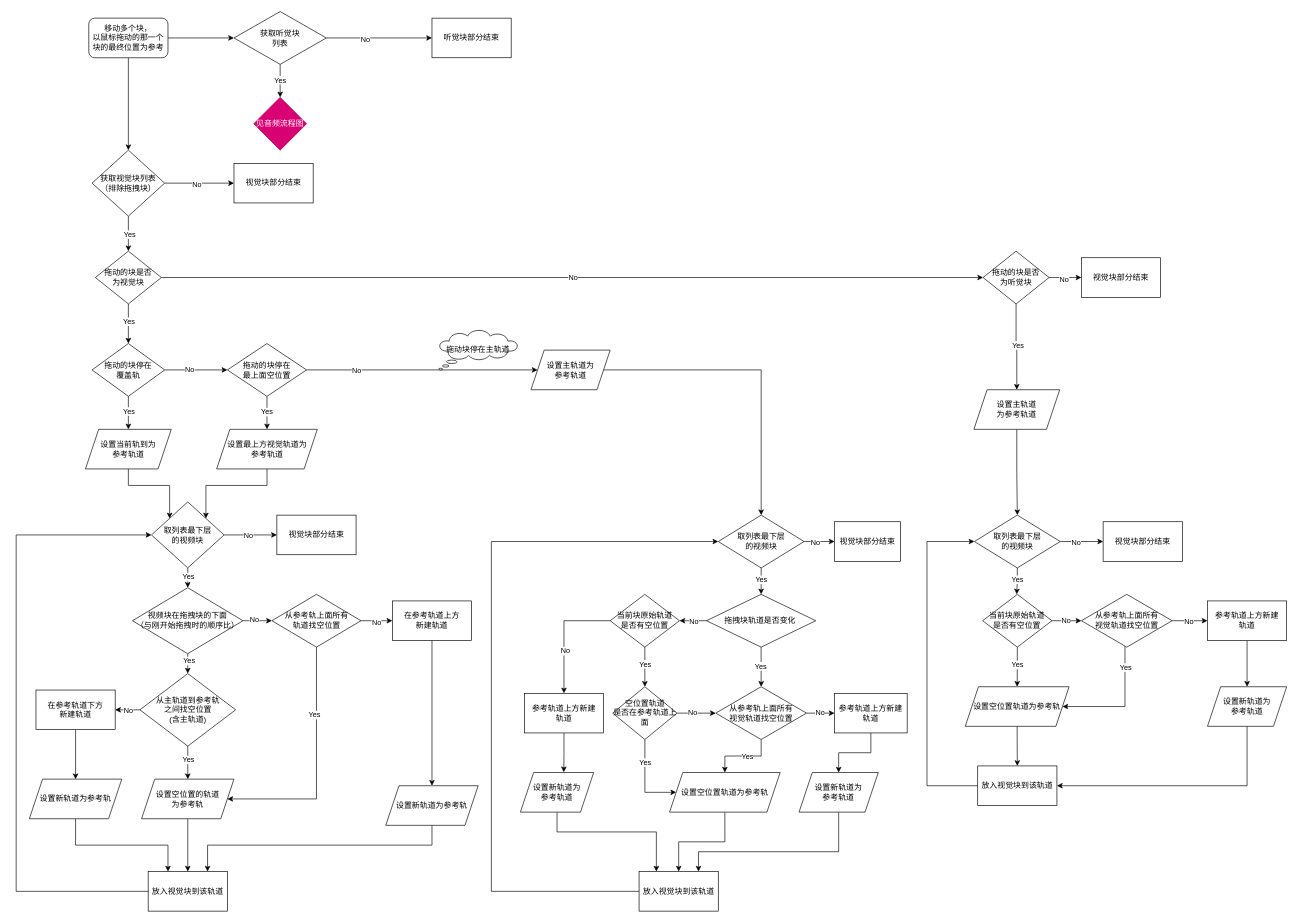
This is page "多块移动-视觉块" (4 of 5) of drag flow.drawio from macfanr/drawio, a draw.io file, before an edit. Source tidied: cells renumbered, new cells numbered last; positions are measured from the earlier drawing's top-left corner, leaving out a move shared by most shapes. Both pictures are drawn from the tidied source at 66%, with x=0, y=0 at pixel (16, 11).
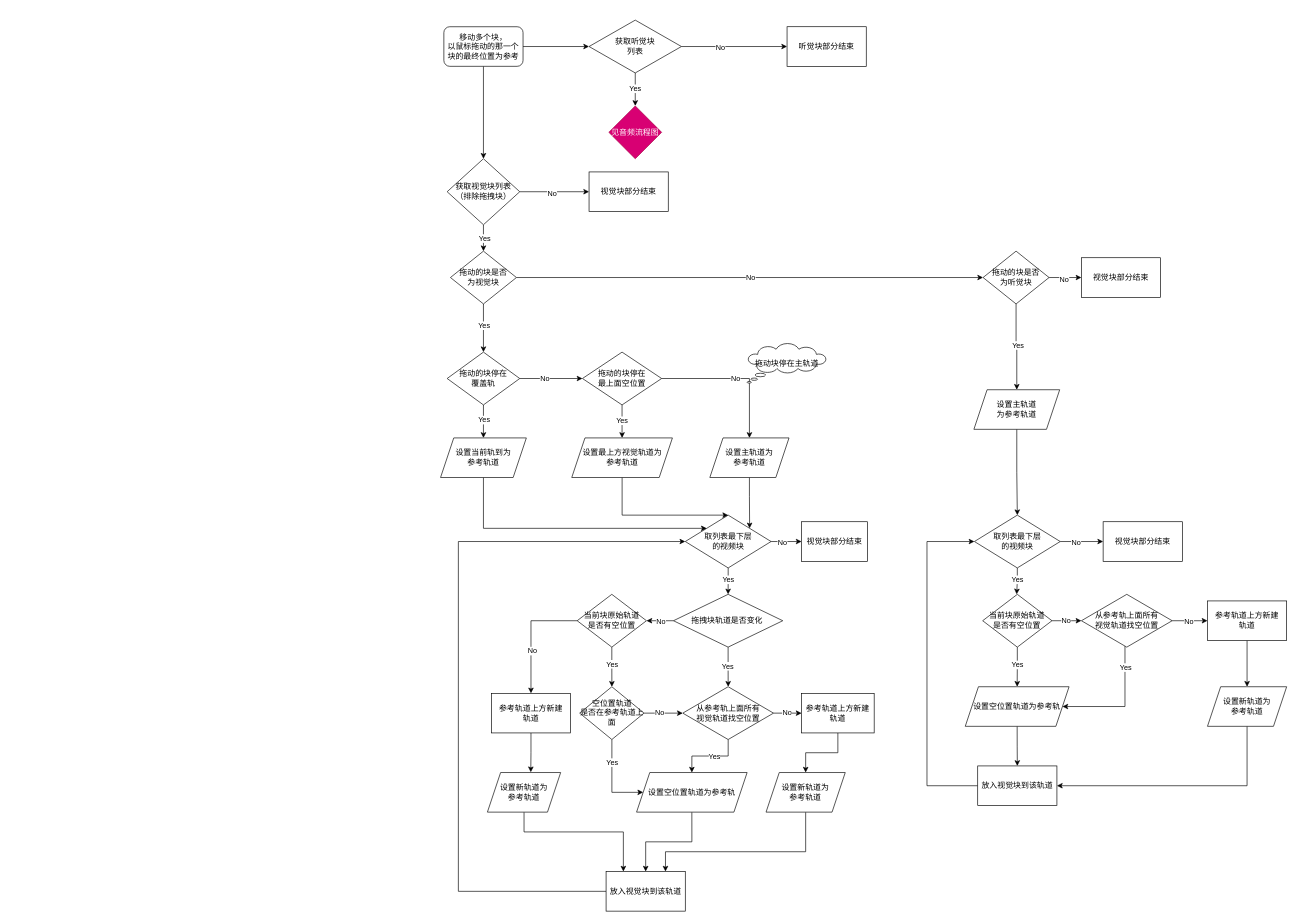
Above is the later version.

Change to the diagram source:
```diff
@@
     <mxCell id="4" value="移动多个块，&lt;br&gt;以鼠标拖动的那一个块的最终位置为参考" style="rounded=1;whiteSpace=wrap;html=1;" parent="1" vertex="1">
-      <mxGeometry x="110" y="10" width="120" height="60" as="geometry" />
+      <mxGeometry x="648" y="23" width="120" height="60" as="geometry" />
     </mxCell>
@@
     <mxCell id="9" value="获取视觉块列表&lt;br&gt;（排除拖拽块）" style="rhombus;whiteSpace=wrap;html=1;rounded=0;" parent="1" vertex="1">
-      <mxGeometry x="115" y="210" width="110" height="100" as="geometry" />
+      <mxGeometry x="653" y="223" width="110" height="100" as="geometry" />
     </mxCell>
@@
     <mxCell id="14" value="拖动的块停在&lt;br&gt;覆盖轨" style="rhombus;whiteSpace=wrap;html=1;rounded=0;" parent="1" vertex="1">
-      <mxGeometry x="115" y="503" width="110" height="80" as="geometry" />
+      <mxGeometry x="653" y="516" width="110" height="80" as="geometry" />
     </mxCell>
     <mxCell id="15" style="endArrow=classic;html=1;rounded=0;entryX=0;entryY=0.5;entryDx=0;entryDy=0;exitX=0;exitY=0.5;exitDx=0;exitDy=0;" parent="1" edge="1" source="38" target="31">
       <mxGeometry relative="1" as="geometry">
         <Array as="points">
-          <mxPoint x="720" y="1333" />
-          <mxPoint x="720" y="803" />
+          <mxPoint x="670" y="1333" />
+          <mxPoint x="670" y="803" />
         </Array>
       </mxGeometry>
     </mxCell>
@@
     <mxCell id="20" value="拖动的块是否&lt;br&gt;为视觉块" style="rhombus;whiteSpace=wrap;html=1;rounded=0;" parent="1" vertex="1">
-      <mxGeometry x="120" y="363" width="100" height="80" as="geometry" />
+      <mxGeometry x="658" y="363" width="100" height="80" as="geometry" />
     </mxCell>
     <mxCell id="21" value="视觉块部分结束" style="whiteSpace=wrap;html=1;rounded=0;" parent="1" vertex="1">
-      <mxGeometry x="330" y="230" width="120" height="60" as="geometry" />
+      <mxGeometry x="868" y="243" width="120" height="60" as="geometry" />
     </mxCell>
@@
     <mxCell id="31" value="取列表最下层&lt;br&gt;的视频块" style="rhombus;whiteSpace=wrap;html=1;rounded=0;" parent="1" vertex="1">
-      <mxGeometry x="1063.8" y="763" width="130" height="80" as="geometry" />
+      <mxGeometry x="1013.8" y="763" width="130" height="80" as="geometry" />
     </mxCell>
     <mxCell id="32" value="视觉块部分结束" style="whiteSpace=wrap;html=1;rounded=0;" parent="1" vertex="1">
-      <mxGeometry x="1240" y="773" width="100" height="60" as="geometry" />
+      <mxGeometry x="1190" y="773" width="100" height="60" as="geometry" />
     </mxCell>
@@
     <mxCell id="37" value="从参考轨上面所有&lt;br&gt;视觉轨道找空位置" style="rhombus;whiteSpace=wrap;html=1;rounded=0;" parent="1" vertex="1">
-      <mxGeometry x="1060" y="1023" width="137.5" height="80" as="geometry" />
+      <mxGeometry x="1010" y="1023" width="137.5" height="80" as="geometry" />
     </mxCell>
     <mxCell id="38" value="放入视觉块到该轨道" style="whiteSpace=wrap;html=1;rounded=0;" parent="1" vertex="1">
-      <mxGeometry x="943.8" y="1303" width="120" height="60" as="geometry" />
+      <mxGeometry x="893.8" y="1303" width="120" height="60" as="geometry" />
     </mxCell>
@@
     <mxCell id="42" value="设置空位置轨道为参考轨" style="shape=parallelogram;perimeter=parallelogramPerimeter;whiteSpace=wrap;html=1;fixedSize=1;rounded=0;" parent="1" vertex="1">
-      <mxGeometry x="990" y="1153" width="167.5" height="60" as="geometry" />
+      <mxGeometry x="940" y="1153" width="167.5" height="60" as="geometry" />
     </mxCell>
@@
     <mxCell id="44" value="&lt;span&gt;参考轨道上方新建&lt;br&gt;轨道&lt;br&gt;&lt;/span&gt;" style="whiteSpace=wrap;html=1;rounded=0;" parent="1" vertex="1">
-      <mxGeometry x="1240" y="1033" width="110" height="60" as="geometry" />
+      <mxGeometry x="1190" y="1033" width="110" height="60" as="geometry" />
     </mxCell>
@@
-    <mxCell id="46" style="edgeStyle=orthogonalEdgeStyle;rounded=0;jettySize=auto;html=1;endArrow=classic;endFill=1;entryX=0;entryY=0;entryDx=0;entryDy=0;" parent="1" edge="1" source="47" target="52">
-      <mxGeometry relative="1" as="geometry" />
-    </mxCell>
+    <mxCell id="142" style="edgeStyle=orthogonalEdgeStyle;rounded=0;jettySize=auto;html=1;" parent="1" edge="1" source="47" target="31">
+      <mxGeometry relative="1" as="geometry">
+        <Array as="points">
+          <mxPoint x="708" y="783" />
+        </Array>
+      </mxGeometry>
+    </mxCell>
     <mxCell id="47" value="设置当前轨到为&lt;br&gt;参考轨道" style="shape=parallelogram;perimeter=parallelogramPerimeter;whiteSpace=wrap;html=1;fixedSize=1;rounded=0;" parent="1" vertex="1">
-      <mxGeometry x="105" y="633" width="130" height="60" as="geometry" />
+      <mxGeometry x="643" y="646" width="130" height="60" as="geometry" />
     </mxCell>
-    <mxCell id="48" style="edgeStyle=orthogonalEdgeStyle;rounded=0;jettySize=auto;html=1;endArrow=classic;endFill=1;entryX=0;entryY=0.5;entryDx=0;entryDy=0;" parent="1" edge="1" source="52" target="62">
-      <mxGeometry relative="1" as="geometry" />
-    </mxCell>
-    <mxCell id="49" value="No" style="edgeLabel;html=1;align=center;verticalAlign=middle;" parent="48" vertex="1">
-      <mxGeometry x="-0.11" relative="1" as="geometry" />
-    </mxCell>
-    <mxCell id="50" style="edgeStyle=orthogonalEdgeStyle;rounded=0;jettySize=auto;html=1;endArrow=classic;endFill=1;" parent="1" edge="1" source="52" target="67">
-      <mxGeometry relative="1" as="geometry" />
-    </mxCell>
-    <mxCell id="51" value="Yes" style="edgeLabel;html=1;align=center;verticalAlign=middle;" parent="50" vertex="1">
-      <mxGeometry x="-0.13" relative="1" as="geometry" />
-    </mxCell>
-    <mxCell id="52" value="取列表最下层&lt;br&gt;的视频块" style="rhombus;whiteSpace=wrap;html=1;rounded=0;" parent="1" vertex="1">
-      <mxGeometry x="205" y="743" width="110" height="100" as="geometry" />
-    </mxCell>
-    <mxCell id="53" style="edgeStyle=orthogonalEdgeStyle;rounded=0;jettySize=auto;html=1;endArrow=classic;endFill=1;" parent="1" edge="1" source="57" target="59">
-      <mxGeometry relative="1" as="geometry" />
-    </mxCell>
-    <mxCell id="54" value="Yes" style="edgeLabel;html=1;align=center;verticalAlign=middle;" parent="53" vertex="1">
-      <mxGeometry x="-0.13" relative="1" as="geometry">
-        <mxPoint y="-2" as="offset" />
-      </mxGeometry>
-    </mxCell>
-    <mxCell id="55" style="edgeStyle=orthogonalEdgeStyle;rounded=0;jettySize=auto;html=1;" parent="1" edge="1" source="57" target="92">
-      <mxGeometry relative="1" as="geometry" />
-    </mxCell>
-    <mxCell id="56" value="No" style="edgeLabel;html=1;align=center;verticalAlign=middle;" parent="55" vertex="1">
-      <mxGeometry x="-0.16" relative="1" as="geometry" />
-    </mxCell>
-    <mxCell id="57" value="从主轨道到参考轨&lt;br&gt;之间找空位置&lt;br&gt;(含主轨道)" style="rhombus;whiteSpace=wrap;html=1;rounded=0;" parent="1" vertex="1">
-      <mxGeometry x="187.5" y="1003" width="145" height="110" as="geometry" />
-    </mxCell>
-    <mxCell id="58" style="edgeStyle=orthogonalEdgeStyle;rounded=0;jettySize=auto;html=1;" parent="1" edge="1" source="59" target="60">
-      <mxGeometry relative="1" as="geometry" />
-    </mxCell>
-    <mxCell id="59" value="设置空位置的轨道&lt;br&gt;为参考轨" style="shape=parallelogram;perimeter=parallelogramPerimeter;whiteSpace=wrap;html=1;fixedSize=1;rounded=0;" parent="1" vertex="1">
-      <mxGeometry x="190" y="1163" width="140" height="60" as="geometry" />
-    </mxCell>
-    <mxCell id="60" value="&lt;span&gt;放入视觉块到该轨道&lt;/span&gt;" style="whiteSpace=wrap;html=1;rounded=0;" parent="1" vertex="1">
-      <mxGeometry x="200" y="1303" width="120" height="60" as="geometry" />
-    </mxCell>
-    <mxCell id="61" style="endArrow=classic;html=1;rounded=0;exitX=0;exitY=0.5;exitDx=0;exitDy=0;entryX=0;entryY=0.5;entryDx=0;entryDy=0;" parent="1" edge="1" source="60" target="52">
-      <mxGeometry relative="1" as="geometry">
-        <Array as="points">
-          <mxPoint y="1333" />
-          <mxPoint y="793" />
-        </Array>
-      </mxGeometry>
-    </mxCell>
-    <mxCell id="62" value="视觉块部分结束" style="whiteSpace=wrap;html=1;rounded=0;" parent="1" vertex="1">
-      <mxGeometry x="395" y="763" width="120" height="60" as="geometry" />
-    </mxCell>
-    <mxCell id="63" style="edgeStyle=orthogonalEdgeStyle;rounded=0;jettySize=auto;html=1;endArrow=classic;endFill=1;" parent="1" edge="1" source="67" target="57">
-      <mxGeometry relative="1" as="geometry" />
-    </mxCell>
-    <mxCell id="64" value="Yes" style="edgeLabel;html=1;align=center;verticalAlign=middle;" parent="63" vertex="1">
-      <mxGeometry x="-0.24" y="1" relative="1" as="geometry" />
-    </mxCell>
-    <mxCell id="65" style="edgeStyle=orthogonalEdgeStyle;rounded=0;jettySize=auto;html=1;endArrow=classic;endFill=1;" parent="1" edge="1" source="67" target="72">
-      <mxGeometry relative="1" as="geometry" />
-    </mxCell>
-    <mxCell id="66" value="No" style="edgeLabel;html=1;align=center;verticalAlign=middle;" parent="65" vertex="1">
-      <mxGeometry x="-0.23" y="2" relative="1" as="geometry" />
-    </mxCell>
-    <mxCell id="67" value="视频块在拖拽块的下面&lt;br&gt;（与刚开始拖拽时的顺序比）" style="rhombus;whiteSpace=wrap;html=1;rounded=0;" parent="1" vertex="1">
-      <mxGeometry x="176.2" y="873" width="167.5" height="100" as="geometry" />
-    </mxCell>
-    <mxCell id="68" style="edgeStyle=orthogonalEdgeStyle;rounded=0;jettySize=auto;html=1;endArrow=classic;endFill=1;" parent="1" edge="1" source="72" target="73">
-      <mxGeometry relative="1" as="geometry" />
-    </mxCell>
-    <mxCell id="69" value="No" style="edgeLabel;html=1;align=center;verticalAlign=middle;" parent="68" vertex="1">
-      <mxGeometry x="-0.03" y="-2" relative="1" as="geometry" />
-    </mxCell>
-    <mxCell id="70" style="edgeStyle=orthogonalEdgeStyle;rounded=0;jettySize=auto;html=1;endArrow=classic;endFill=1;entryX=1;entryY=0.5;entryDx=0;entryDy=0;" parent="1" edge="1" source="72" target="59">
-      <mxGeometry relative="1" as="geometry">
-        <Array as="points">
-          <mxPoint x="455" y="1193" />
-        </Array>
-      </mxGeometry>
-    </mxCell>
-    <mxCell id="71" value="Yes" style="edgeLabel;html=1;align=center;verticalAlign=middle;" parent="70" vertex="1">
-      <mxGeometry x="-0.44" y="-4" relative="1" as="geometry" />
-    </mxCell>
-    <mxCell id="72" value="从参考轨上面所有&lt;br&gt;轨道找空位置" style="rhombus;whiteSpace=wrap;html=1;rounded=0;" parent="1" vertex="1">
-      <mxGeometry x="387.5" y="883" width="135" height="80" as="geometry" />
-    </mxCell>
-    <mxCell id="73" value="在参考轨道上方&lt;br&gt;新建轨道" style="whiteSpace=wrap;html=1;rounded=0;" parent="1" vertex="1">
-      <mxGeometry x="570" y="893" width="120" height="60" as="geometry" />
-    </mxCell>
-    <mxCell id="74" style="edgeStyle=orthogonalEdgeStyle;rounded=0;jettySize=auto;html=1;entryX=0.75;entryY=0;entryDx=0;entryDy=0;" parent="1" edge="1" source="75" target="60">
-      <mxGeometry relative="1" as="geometry">
-        <Array as="points">
-          <mxPoint x="630" y="1263" />
-          <mxPoint x="290" y="1263" />
-        </Array>
-      </mxGeometry>
-    </mxCell>
-    <mxCell id="75" value="设置新轨道为参考轨" style="shape=parallelogram;perimeter=parallelogramPerimeter;whiteSpace=wrap;html=1;fixedSize=1;rounded=0;" parent="1" vertex="1">
-      <mxGeometry x="560" y="1173" width="140" height="60" as="geometry" />
-    </mxCell>
-    <mxCell id="76" style="endArrow=classic;html=1;rounded=0;exitX=0.5;exitY=1;exitDx=0;exitDy=0;" parent="1" edge="1" source="73" target="75">
-      <mxGeometry relative="1" as="geometry" />
-    </mxCell>
@@
-    <mxCell id="79" style="edgeStyle=orthogonalEdgeStyle;rounded=0;jettySize=auto;html=1;entryX=0;entryY=0.5;entryDx=0;entryDy=0;" parent="1" edge="1" source="81" target="95">
+    <mxCell id="79" value="No" style="edgeStyle=orthogonalEdgeStyle;rounded=0;jettySize=auto;html=1;entryX=0.5;entryY=0;entryDx=0;entryDy=0;" parent="1" edge="1" source="81" target="95">
       <mxGeometry relative="1" as="geometry" />
     </mxCell>
-    <mxCell id="80" value="No" style="edgeLabel;html=1;align=center;verticalAlign=middle;" parent="79" vertex="1">
-      <mxGeometry x="-0.57" y="1" relative="1" as="geometry">
-        <mxPoint y="1" as="offset" />
-      </mxGeometry>
-    </mxCell>
     <mxCell id="81" value="&lt;span&gt;拖动的块停在&lt;/span&gt;&lt;br&gt;&lt;span&gt;最上面空位置&lt;/span&gt;" style="rhombus;whiteSpace=wrap;html=1;rounded=0;" parent="1" vertex="1">
-      <mxGeometry x="320" y="503" width="120" height="80" as="geometry" />
+      <mxGeometry x="858" y="516" width="120" height="80" as="geometry" />
     </mxCell>
@@
     <mxCell id="86" value="获取听觉块&lt;br&gt;列表" style="rhombus;whiteSpace=wrap;html=1;rounded=0;" parent="1" vertex="1">
-      <mxGeometry x="330" width="140" height="80" as="geometry" />
+      <mxGeometry x="868" y="13" width="140" height="80" as="geometry" />
     </mxCell>
     <mxCell id="87" value="听觉块部分结束" style="whiteSpace=wrap;html=1;rounded=0;" parent="1" vertex="1">
-      <mxGeometry x="630" y="10" width="120" height="60" as="geometry" />
+      <mxGeometry x="1168" y="23" width="120" height="60" as="geometry" />
     </mxCell>
     <mxCell id="88" value="见音频流程图" style="rhombus;whiteSpace=wrap;html=1;rounded=0;fillColor=#d80073;fontColor=#ffffff;strokeColor=#A50040;" parent="1" vertex="1">
-      <mxGeometry x="360" y="130" width="80" height="80" as="geometry" />
+      <mxGeometry x="898" y="143" width="80" height="80" as="geometry" />
     </mxCell>
+    <mxCell id="143" style="edgeStyle=orthogonalEdgeStyle;rounded=0;jettySize=auto;html=1;" parent="1" edge="1" source="89" target="31">
+      <mxGeometry relative="1" as="geometry">
+        <Array as="points">
+          <mxPoint x="918" y="763" />
+        </Array>
+      </mxGeometry>
+    </mxCell>
     <mxCell id="89" value="&lt;span&gt;设置最上方视觉轨道为&lt;br&gt;参考轨道&lt;/span&gt;" style="shape=parallelogram;perimeter=parallelogramPerimeter;whiteSpace=wrap;html=1;fixedSize=1;rounded=0;" parent="1" vertex="1">
-      <mxGeometry x="303.8" y="633" width="152.5" height="60" as="geometry" />
+      <mxGeometry x="841.8" y="646" width="152.5" height="60" as="geometry" />
     </mxCell>
-    <mxCell id="90" style="edgeStyle=orthogonalEdgeStyle;rounded=0;jettySize=auto;html=1;endArrow=classic;endFill=1;entryX=1;entryY=0;entryDx=0;entryDy=0;exitX=0.5;exitY=1;exitDx=0;exitDy=0;" parent="1" edge="1" source="89" target="52">
-      <mxGeometry relative="1" as="geometry" />
-    </mxCell>
-    <mxCell id="91" style="edgeStyle=orthogonalEdgeStyle;rounded=0;jettySize=auto;html=1;" parent="1" edge="1" source="92" target="99">
-      <mxGeometry relative="1" as="geometry" />
-    </mxCell>
-    <mxCell id="92" value="&lt;span&gt;在参考轨道下方&lt;/span&gt;&lt;br&gt;&lt;span&gt;新建轨道&lt;/span&gt;" style="whiteSpace=wrap;html=1;rounded=0;" parent="1" vertex="1">
-      <mxGeometry x="30" y="1028" width="120" height="60" as="geometry" />
-    </mxCell>
     <mxCell id="93" value="拖动块停在主轨道" style="whiteSpace=wrap;html=1;shape=mxgraph.basic.cloud_callout;rounded=0;" parent="1" vertex="1">
-      <mxGeometry x="640" y="483" width="120" height="60" as="geometry" />
+      <mxGeometry x="1107.5" y="503" width="120" height="60" as="geometry" />
     </mxCell>
-    <mxCell id="94" style="edgeStyle=orthogonalEdgeStyle;rounded=0;jettySize=auto;html=1;entryX=0.5;entryY=0;entryDx=0;entryDy=0;" parent="1" edge="1" source="95" target="31">
+    <mxCell id="94" style="edgeStyle=orthogonalEdgeStyle;rounded=0;jettySize=auto;html=1;entryX=1;entryY=0;entryDx=0;entryDy=0;" parent="1" edge="1" source="95" target="31">
       <mxGeometry relative="1" as="geometry" />
     </mxCell>
     <mxCell id="95" value="设置主轨道为&lt;br&gt;参考轨道" style="shape=parallelogram;perimeter=parallelogramPerimeter;whiteSpace=wrap;html=1;fixedSize=1;rounded=0;" parent="1" vertex="1">
-      <mxGeometry x="780" y="513" width="120" height="60" as="geometry" />
+      <mxGeometry x="1051" y="646" width="120" height="60" as="geometry" />
     </mxCell>
     <mxCell id="96" style="edgeStyle=orthogonalEdgeStyle;rounded=0;jettySize=auto;html=1;entryX=0.75;entryY=0;entryDx=0;entryDy=0;" parent="1" edge="1" source="97" target="38">
       <mxGeometry relative="1" as="geometry">
         <Array as="points">
-          <mxPoint x="1246" y="1273" />
-          <mxPoint x="1034" y="1273" />
+          <mxPoint x="1196" y="1273" />
+          <mxPoint x="984" y="1273" />
         </Array>
       </mxGeometry>
     </mxCell>
     <mxCell id="97" value="设置新轨道为&lt;br&gt;参考轨道" style="shape=parallelogram;perimeter=parallelogramPerimeter;whiteSpace=wrap;html=1;fixedSize=1;rounded=0;" parent="1" vertex="1">
-      <mxGeometry x="1186.2" y="1153" width="120" height="60" as="geometry" />
+      <mxGeometry x="1136.2" y="1153" width="120" height="60" as="geometry" />
     </mxCell>
-    <mxCell id="98" style="edgeStyle=orthogonalEdgeStyle;rounded=0;jettySize=auto;html=1;entryX=0.25;entryY=0;entryDx=0;entryDy=0;" parent="1" edge="1" source="99" target="60">
-      <mxGeometry relative="1" as="geometry">
-        <Array as="points">
-          <mxPoint x="90" y="1263" />
-          <mxPoint x="230" y="1263" />
-        </Array>
-      </mxGeometry>
-    </mxCell>
-    <mxCell id="99" value="设置新轨道为参考轨" style="shape=parallelogram;perimeter=parallelogramPerimeter;whiteSpace=wrap;html=1;fixedSize=1;rounded=0;" parent="1" vertex="1">
-      <mxGeometry x="20" y="1163" width="140" height="60" as="geometry" />
-    </mxCell>
@@
     <mxCell id="104" value="拖拽块轨道是否变化&amp;nbsp;" style="rhombus;whiteSpace=wrap;html=1;rounded=0;" parent="1" vertex="1">
-      <mxGeometry x="1045.9" y="883" width="165.6" height="80" as="geometry" />
+      <mxGeometry x="995.9" y="883" width="165.6" height="80" as="geometry" />
     </mxCell>
@@
     <mxCell id="109" value="当前块原始轨道&lt;br&gt;是否有空位置" style="rhombus;whiteSpace=wrap;html=1;rounded=0;" parent="1" vertex="1">
-      <mxGeometry x="900" y="883" width="105" height="80" as="geometry" />
+      <mxGeometry x="850" y="883" width="105" height="80" as="geometry" />
     </mxCell>
@@
     <mxCell id="134" value="&lt;span&gt;参考轨道上方新建&lt;br&gt;轨道&lt;br&gt;&lt;/span&gt;" style="whiteSpace=wrap;html=1;rounded=0;" parent="1" vertex="1">
-      <mxGeometry x="770" y="1033" width="120" height="60" as="geometry" />
+      <mxGeometry x="720" y="1033" width="120" height="60" as="geometry" />
     </mxCell>
     <mxCell id="135" style="edgeStyle=orthogonalEdgeStyle;rounded=0;jettySize=auto;html=1;" parent="1" edge="1" source="136" target="38">
       <mxGeometry relative="1" as="geometry">
         <Array as="points">
-          <mxPoint x="820" y="1243" />
-          <mxPoint x="970" y="1243" />
+          <mxPoint x="770" y="1243" />
+          <mxPoint x="920" y="1243" />
         </Array>
       </mxGeometry>
     </mxCell>
     <mxCell id="136" value="设置新轨道为&lt;br&gt;参考轨道" style="shape=parallelogram;perimeter=parallelogramPerimeter;whiteSpace=wrap;html=1;fixedSize=1;rounded=0;" parent="1" vertex="1">
-      <mxGeometry x="764" y="1153" width="111" height="60" as="geometry" />
+      <mxGeometry x="714" y="1153" width="111" height="60" as="geometry" />
     </mxCell>
@@
     <mxCell id="139" style="edgeStyle=orthogonalEdgeStyle;rounded=0;jettySize=auto;html=1;" parent="1" edge="1" source="141" target="42">
       <mxGeometry relative="1" as="geometry">
         <Array as="points">
-          <mxPoint x="953" y="1183" />
+          <mxPoint x="903" y="1183" />
         </Array>
       </mxGeometry>
     </mxCell>
@@
     <mxCell id="141" value="空位置轨道&lt;br&gt;是否在参考轨道上面" style="rhombus;whiteSpace=wrap;html=1;rounded=0;" parent="1" vertex="1">
-      <mxGeometry x="903.8" y="1023" width="97.5" height="80" as="geometry" />
+      <mxGeometry x="853.8" y="1023" width="97.5" height="80" as="geometry" />
     </mxCell>
```
